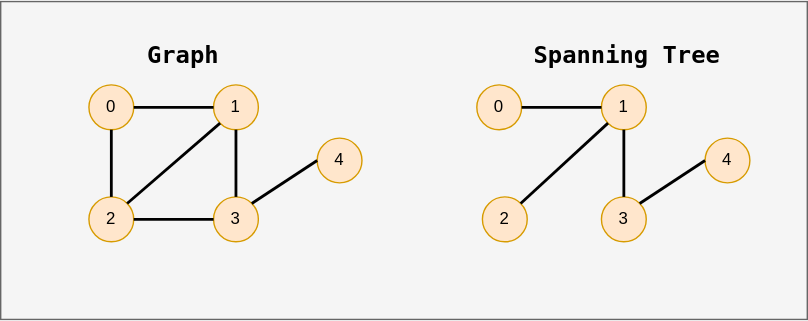
This is public/diagrams/graph-example-spanning-tree.svg from datkumar/code-journal, a draw.io export, as it was before one commit. Source tidied: cells renumbered, new cells last; positions are measured from the earlier drawing's top-left corner, leaving out a move shared by most shapes. Source of this version:
```xml
<mxGraphModel>
  <root>
    <mxCell id="0" />
    <mxCell id="1" parent="0" />
    <mxCell id="2" style="rounded=0;whiteSpace=wrap;html=1;fillColor=#f5f5f5;fontColor=#333333;strokeColor=#666666;" parent="1" vertex="1">
      <mxGeometry y="-0.5" width="576" height="227" as="geometry" />
    </mxCell>
    <mxCell id="3" value="0" style="ellipse;whiteSpace=wrap;html=1;fillColor=#ffe6cc;strokeColor=#d79b00;fontColor=light-dark(#000000,#000000);" parent="1" vertex="1">
      <mxGeometry x="63" y="59" width="32" height="32" as="geometry" />
    </mxCell>
    <mxCell id="4" value="1" style="ellipse;whiteSpace=wrap;html=1;fillColor=#ffe6cc;strokeColor=#d79b00;fontColor=light-dark(#000000,#000000);" parent="1" vertex="1">
      <mxGeometry x="152" y="59" width="32" height="32" as="geometry" />
    </mxCell>
    <mxCell id="5" value="2" style="ellipse;whiteSpace=wrap;html=1;fillColor=#ffe6cc;strokeColor=#d79b00;fontColor=light-dark(#000000,#000000);" parent="1" vertex="1">
      <mxGeometry x="63" y="139" width="32" height="32" as="geometry" />
    </mxCell>
    <mxCell id="6" value="3" style="ellipse;whiteSpace=wrap;html=1;fillColor=#ffe6cc;strokeColor=#d79b00;fontColor=light-dark(#000000,#000000);" parent="1" vertex="1">
      <mxGeometry x="152" y="139" width="32" height="32" as="geometry" />
    </mxCell>
    <mxCell id="7" value="4" style="ellipse;whiteSpace=wrap;html=1;fillColor=#ffe6cc;strokeColor=#d79b00;fontColor=light-dark(#000000,#000000);" parent="1" vertex="1">
      <mxGeometry x="226" y="97" width="32" height="32" as="geometry" />
    </mxCell>
    <mxCell id="8" style="endArrow=none;html=1;rounded=0;strokeWidth=2;exitX=1;exitY=0.5;exitDx=0;exitDy=0;entryX=0;entryY=0.5;entryDx=0;entryDy=0;strokeColor=light-dark(#000000,#000000);" parent="1" edge="1" source="3" target="4">
      <mxGeometry relative="1" as="geometry" />
    </mxCell>
    <mxCell id="9" style="endArrow=none;html=1;rounded=0;strokeWidth=2;exitX=1;exitY=0.5;exitDx=0;exitDy=0;entryX=0;entryY=0.5;entryDx=0;entryDy=0;strokeColor=light-dark(#000000,#000000);" parent="1" edge="1" source="5" target="6">
      <mxGeometry relative="1" as="geometry" />
    </mxCell>
    <mxCell id="10" style="endArrow=none;html=1;rounded=0;strokeWidth=2;exitX=1;exitY=0;exitDx=0;exitDy=0;entryX=0;entryY=0.5;entryDx=0;entryDy=0;strokeColor=light-dark(#000000,#000000);" parent="1" edge="1" source="6" target="7">
      <mxGeometry relative="1" as="geometry" />
    </mxCell>
    <mxCell id="11" style="endArrow=none;html=1;rounded=0;strokeWidth=2;entryX=0.5;entryY=1;entryDx=0;entryDy=0;strokeColor=light-dark(#000000,#000000);" parent="1" edge="1" source="6" target="4">
      <mxGeometry relative="1" as="geometry" />
    </mxCell>
    <mxCell id="12" value="Spanning Tree" style="text;html=1;align=center;verticalAlign=middle;strokeColor=none;fillColor=none;fontFamily=monospace;fontSize=17;fontColor=light-dark(#000000,#000000);fontStyle=1;" parent="1" vertex="1">
      <mxGeometry x="372" y="22" width="151" height="32" as="geometry" />
    </mxCell>
    <mxCell id="13" style="endArrow=none;html=1;rounded=0;strokeWidth=2;entryX=0.5;entryY=1;entryDx=0;entryDy=0;strokeColor=light-dark(#000000,#000000);exitX=0.5;exitY=0;exitDx=0;exitDy=0;" parent="1" edge="1" source="5" target="3">
      <mxGeometry relative="1" as="geometry" />
    </mxCell>
    <mxCell id="14" style="endArrow=none;html=1;rounded=0;strokeWidth=2;exitX=1;exitY=0;exitDx=0;exitDy=0;entryX=0;entryY=1;entryDx=0;entryDy=0;strokeColor=light-dark(#000000,#000000);" parent="1" edge="1" source="5" target="4">
      <mxGeometry relative="1" as="geometry" />
    </mxCell>
    <mxCell id="15" value="0" style="ellipse;whiteSpace=wrap;html=1;fillColor=#ffe6cc;strokeColor=#d79b00;fontColor=light-dark(#000000,#000000);" parent="1" vertex="1">
      <mxGeometry x="340" y="59" width="32" height="32" as="geometry" />
    </mxCell>
    <mxCell id="16" value="1" style="ellipse;whiteSpace=wrap;html=1;fillColor=#ffe6cc;strokeColor=#d79b00;fontColor=light-dark(#000000,#000000);" parent="1" vertex="1">
      <mxGeometry x="429" y="59" width="32" height="32" as="geometry" />
    </mxCell>
    <mxCell id="17" value="2" style="ellipse;whiteSpace=wrap;html=1;fillColor=#ffe6cc;strokeColor=#d79b00;fontColor=light-dark(#000000,#000000);" parent="1" vertex="1">
      <mxGeometry x="344" y="139" width="32" height="32" as="geometry" />
    </mxCell>
    <mxCell id="18" value="3" style="ellipse;whiteSpace=wrap;html=1;fillColor=#ffe6cc;strokeColor=#d79b00;fontColor=light-dark(#000000,#000000);" parent="1" vertex="1">
      <mxGeometry x="429" y="139" width="32" height="32" as="geometry" />
    </mxCell>
    <mxCell id="19" value="4" style="ellipse;whiteSpace=wrap;html=1;fillColor=#ffe6cc;strokeColor=#d79b00;fontColor=light-dark(#000000,#000000);" parent="1" vertex="1">
      <mxGeometry x="503" y="97" width="32" height="32" as="geometry" />
    </mxCell>
    <mxCell id="20" style="endArrow=none;html=1;rounded=0;strokeWidth=2;exitX=1;exitY=0.5;exitDx=0;exitDy=0;entryX=0;entryY=0.5;entryDx=0;entryDy=0;strokeColor=light-dark(#000000,#000000);" parent="1" edge="1" source="15" target="16">
      <mxGeometry relative="1" as="geometry" />
    </mxCell>
    <mxCell id="21" style="endArrow=none;html=1;rounded=0;strokeWidth=2;exitX=1;exitY=0;exitDx=0;exitDy=0;entryX=0;entryY=0.5;entryDx=0;entryDy=0;strokeColor=light-dark(#000000,#000000);" parent="1" edge="1" source="18" target="19">
      <mxGeometry relative="1" as="geometry" />
    </mxCell>
    <mxCell id="22" style="endArrow=none;html=1;rounded=0;strokeWidth=2;entryX=0.5;entryY=1;entryDx=0;entryDy=0;strokeColor=light-dark(#000000,#000000);" parent="1" edge="1" source="18" target="16">
      <mxGeometry relative="1" as="geometry" />
    </mxCell>
    <mxCell id="23" style="endArrow=none;html=1;rounded=0;strokeWidth=2;exitX=1;exitY=0;exitDx=0;exitDy=0;entryX=0;entryY=1;entryDx=0;entryDy=0;strokeColor=light-dark(#000000,#000000);" parent="1" edge="1" source="17" target="16">
      <mxGeometry relative="1" as="geometry" />
    </mxCell>
    <mxCell id="24" value="Graph" style="text;html=1;align=center;verticalAlign=middle;strokeColor=none;fillColor=none;fontFamily=monospace;fontSize=17;fontColor=light-dark(#000000,#000000);fontStyle=1;" parent="1" vertex="1">
      <mxGeometry x="95" y="22" width="69" height="32" as="geometry" />
    </mxCell>
  </root>
</mxGraphModel>
```
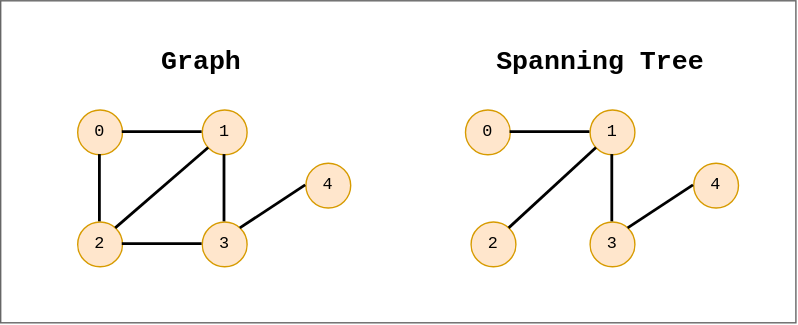
Above is the later version.

The edit, as a diff of the source:
```diff
@@ -2,74 +2,74 @@
   <root>
     <mxCell id="0" />
     <mxCell id="1" parent="0" />
-    <mxCell id="2" style="rounded=0;whiteSpace=wrap;html=1;fillColor=#f5f5f5;fontColor=#333333;strokeColor=#666666;" parent="1" vertex="1">
-      <mxGeometry y="-0.5" width="576" height="227" as="geometry" />
+    <mxCell id="2" style="rounded=0;whiteSpace=wrap;html=1;fillColor=light-dark(#FFFFFF,#FFFFFF);fontColor=#333333;strokeColor=#666666;fontFamily=monospace;" parent="1" vertex="1">
+      <mxGeometry x="8" y="-19" width="568" height="230" as="geometry" />
     </mxCell>
-    <mxCell id="3" value="0" style="ellipse;whiteSpace=wrap;html=1;fillColor=#ffe6cc;strokeColor=#d79b00;fontColor=light-dark(#000000,#000000);" parent="1" vertex="1">
+    <mxCell id="3" value="0" style="ellipse;whiteSpace=wrap;html=1;fillColor=#ffe6cc;strokeColor=#d79b00;fontColor=light-dark(#000000,#000000);fontFamily=monospace;" parent="1" vertex="1">
       <mxGeometry x="63" y="59" width="32" height="32" as="geometry" />
     </mxCell>
-    <mxCell id="4" value="1" style="ellipse;whiteSpace=wrap;html=1;fillColor=#ffe6cc;strokeColor=#d79b00;fontColor=light-dark(#000000,#000000);" parent="1" vertex="1">
+    <mxCell id="4" value="1" style="ellipse;whiteSpace=wrap;html=1;fillColor=#ffe6cc;strokeColor=#d79b00;fontColor=light-dark(#000000,#000000);fontFamily=monospace;" parent="1" vertex="1">
       <mxGeometry x="152" y="59" width="32" height="32" as="geometry" />
     </mxCell>
-    <mxCell id="5" value="2" style="ellipse;whiteSpace=wrap;html=1;fillColor=#ffe6cc;strokeColor=#d79b00;fontColor=light-dark(#000000,#000000);" parent="1" vertex="1">
+    <mxCell id="5" value="2" style="ellipse;whiteSpace=wrap;html=1;fillColor=#ffe6cc;strokeColor=#d79b00;fontColor=light-dark(#000000,#000000);fontFamily=monospace;" parent="1" vertex="1">
       <mxGeometry x="63" y="139" width="32" height="32" as="geometry" />
     </mxCell>
-    <mxCell id="6" value="3" style="ellipse;whiteSpace=wrap;html=1;fillColor=#ffe6cc;strokeColor=#d79b00;fontColor=light-dark(#000000,#000000);" parent="1" vertex="1">
+    <mxCell id="6" value="3" style="ellipse;whiteSpace=wrap;html=1;fillColor=#ffe6cc;strokeColor=#d79b00;fontColor=light-dark(#000000,#000000);fontFamily=monospace;" parent="1" vertex="1">
       <mxGeometry x="152" y="139" width="32" height="32" as="geometry" />
     </mxCell>
-    <mxCell id="7" value="4" style="ellipse;whiteSpace=wrap;html=1;fillColor=#ffe6cc;strokeColor=#d79b00;fontColor=light-dark(#000000,#000000);" parent="1" vertex="1">
+    <mxCell id="7" value="4" style="ellipse;whiteSpace=wrap;html=1;fillColor=#ffe6cc;strokeColor=#d79b00;fontColor=light-dark(#000000,#000000);fontFamily=monospace;" parent="1" vertex="1">
       <mxGeometry x="226" y="97" width="32" height="32" as="geometry" />
     </mxCell>
-    <mxCell id="8" style="endArrow=none;html=1;rounded=0;strokeWidth=2;exitX=1;exitY=0.5;exitDx=0;exitDy=0;entryX=0;entryY=0.5;entryDx=0;entryDy=0;strokeColor=light-dark(#000000,#000000);" parent="1" edge="1" source="3" target="4">
+    <mxCell id="8" style="endArrow=none;html=1;rounded=0;strokeWidth=2;exitX=1;exitY=0.5;exitDx=0;exitDy=0;entryX=0;entryY=0.5;entryDx=0;entryDy=0;strokeColor=light-dark(#000000,#000000);fontFamily=monospace;" parent="1" edge="1" source="3" target="4">
       <mxGeometry relative="1" as="geometry" />
     </mxCell>
-    <mxCell id="9" style="endArrow=none;html=1;rounded=0;strokeWidth=2;exitX=1;exitY=0.5;exitDx=0;exitDy=0;entryX=0;entryY=0.5;entryDx=0;entryDy=0;strokeColor=light-dark(#000000,#000000);" parent="1" edge="1" source="5" target="6">
+    <mxCell id="9" style="endArrow=none;html=1;rounded=0;strokeWidth=2;exitX=1;exitY=0.5;exitDx=0;exitDy=0;entryX=0;entryY=0.5;entryDx=0;entryDy=0;strokeColor=light-dark(#000000,#000000);fontFamily=monospace;" parent="1" edge="1" source="5" target="6">
       <mxGeometry relative="1" as="geometry" />
     </mxCell>
-    <mxCell id="10" style="endArrow=none;html=1;rounded=0;strokeWidth=2;exitX=1;exitY=0;exitDx=0;exitDy=0;entryX=0;entryY=0.5;entryDx=0;entryDy=0;strokeColor=light-dark(#000000,#000000);" parent="1" edge="1" source="6" target="7">
+    <mxCell id="10" style="endArrow=none;html=1;rounded=0;strokeWidth=2;exitX=1;exitY=0;exitDx=0;exitDy=0;entryX=0;entryY=0.5;entryDx=0;entryDy=0;strokeColor=light-dark(#000000,#000000);fontFamily=monospace;" parent="1" edge="1" source="6" target="7">
       <mxGeometry relative="1" as="geometry" />
     </mxCell>
-    <mxCell id="11" style="endArrow=none;html=1;rounded=0;strokeWidth=2;entryX=0.5;entryY=1;entryDx=0;entryDy=0;strokeColor=light-dark(#000000,#000000);" parent="1" edge="1" source="6" target="4">
+    <mxCell id="11" style="endArrow=none;html=1;rounded=0;strokeWidth=2;entryX=0.5;entryY=1;entryDx=0;entryDy=0;strokeColor=light-dark(#000000,#000000);fontFamily=monospace;" parent="1" edge="1" source="6" target="4">
       <mxGeometry relative="1" as="geometry" />
     </mxCell>
-    <mxCell id="12" value="Spanning Tree" style="text;html=1;align=center;verticalAlign=middle;strokeColor=none;fillColor=none;fontFamily=monospace;fontSize=17;fontColor=light-dark(#000000,#000000);fontStyle=1;" parent="1" vertex="1">
-      <mxGeometry x="372" y="22" width="151" height="32" as="geometry" />
+    <mxCell id="12" value="Spanning Tree" style="text;html=1;align=center;verticalAlign=middle;strokeColor=none;fillColor=none;fontFamily=monospace;fontSize=19;fontColor=light-dark(#000000,#000000);fontStyle=1;" parent="1" vertex="1">
+      <mxGeometry x="352" y="7" width="167" height="35" as="geometry" />
     </mxCell>
-    <mxCell id="13" style="endArrow=none;html=1;rounded=0;strokeWidth=2;entryX=0.5;entryY=1;entryDx=0;entryDy=0;strokeColor=light-dark(#000000,#000000);exitX=0.5;exitY=0;exitDx=0;exitDy=0;" parent="1" edge="1" source="5" target="3">
+    <mxCell id="13" style="endArrow=none;html=1;rounded=0;strokeWidth=2;entryX=0.5;entryY=1;entryDx=0;entryDy=0;strokeColor=light-dark(#000000,#000000);exitX=0.5;exitY=0;exitDx=0;exitDy=0;fontFamily=monospace;" parent="1" edge="1" source="5" target="3">
       <mxGeometry relative="1" as="geometry" />
     </mxCell>
-    <mxCell id="14" style="endArrow=none;html=1;rounded=0;strokeWidth=2;exitX=1;exitY=0;exitDx=0;exitDy=0;entryX=0;entryY=1;entryDx=0;entryDy=0;strokeColor=light-dark(#000000,#000000);" parent="1" edge="1" source="5" target="4">
+    <mxCell id="14" style="endArrow=none;html=1;rounded=0;strokeWidth=2;exitX=1;exitY=0;exitDx=0;exitDy=0;entryX=0;entryY=1;entryDx=0;entryDy=0;strokeColor=light-dark(#000000,#000000);fontFamily=monospace;" parent="1" edge="1" source="5" target="4">
       <mxGeometry relative="1" as="geometry" />
     </mxCell>
-    <mxCell id="15" value="0" style="ellipse;whiteSpace=wrap;html=1;fillColor=#ffe6cc;strokeColor=#d79b00;fontColor=light-dark(#000000,#000000);" parent="1" vertex="1">
+    <mxCell id="15" value="0" style="ellipse;whiteSpace=wrap;html=1;fillColor=#ffe6cc;strokeColor=#d79b00;fontColor=light-dark(#000000,#000000);fontFamily=monospace;" parent="1" vertex="1">
       <mxGeometry x="340" y="59" width="32" height="32" as="geometry" />
     </mxCell>
-    <mxCell id="16" value="1" style="ellipse;whiteSpace=wrap;html=1;fillColor=#ffe6cc;strokeColor=#d79b00;fontColor=light-dark(#000000,#000000);" parent="1" vertex="1">
+    <mxCell id="16" value="1" style="ellipse;whiteSpace=wrap;html=1;fillColor=#ffe6cc;strokeColor=#d79b00;fontColor=light-dark(#000000,#000000);fontFamily=monospace;" parent="1" vertex="1">
       <mxGeometry x="429" y="59" width="32" height="32" as="geometry" />
     </mxCell>
-    <mxCell id="17" value="2" style="ellipse;whiteSpace=wrap;html=1;fillColor=#ffe6cc;strokeColor=#d79b00;fontColor=light-dark(#000000,#000000);" parent="1" vertex="1">
+    <mxCell id="17" value="2" style="ellipse;whiteSpace=wrap;html=1;fillColor=#ffe6cc;strokeColor=#d79b00;fontColor=light-dark(#000000,#000000);fontFamily=monospace;" parent="1" vertex="1">
       <mxGeometry x="344" y="139" width="32" height="32" as="geometry" />
     </mxCell>
-    <mxCell id="18" value="3" style="ellipse;whiteSpace=wrap;html=1;fillColor=#ffe6cc;strokeColor=#d79b00;fontColor=light-dark(#000000,#000000);" parent="1" vertex="1">
+    <mxCell id="18" value="3" style="ellipse;whiteSpace=wrap;html=1;fillColor=#ffe6cc;strokeColor=#d79b00;fontColor=light-dark(#000000,#000000);fontFamily=monospace;" parent="1" vertex="1">
       <mxGeometry x="429" y="139" width="32" height="32" as="geometry" />
     </mxCell>
-    <mxCell id="19" value="4" style="ellipse;whiteSpace=wrap;html=1;fillColor=#ffe6cc;strokeColor=#d79b00;fontColor=light-dark(#000000,#000000);" parent="1" vertex="1">
+    <mxCell id="19" value="4" style="ellipse;whiteSpace=wrap;html=1;fillColor=#ffe6cc;strokeColor=#d79b00;fontColor=light-dark(#000000,#000000);fontFamily=monospace;" parent="1" vertex="1">
       <mxGeometry x="503" y="97" width="32" height="32" as="geometry" />
     </mxCell>
-    <mxCell id="20" style="endArrow=none;html=1;rounded=0;strokeWidth=2;exitX=1;exitY=0.5;exitDx=0;exitDy=0;entryX=0;entryY=0.5;entryDx=0;entryDy=0;strokeColor=light-dark(#000000,#000000);" parent="1" edge="1" source="15" target="16">
+    <mxCell id="20" style="endArrow=none;html=1;rounded=0;strokeWidth=2;exitX=1;exitY=0.5;exitDx=0;exitDy=0;entryX=0;entryY=0.5;entryDx=0;entryDy=0;strokeColor=light-dark(#000000,#000000);fontFamily=monospace;" parent="1" edge="1" source="15" target="16">
       <mxGeometry relative="1" as="geometry" />
     </mxCell>
-    <mxCell id="21" style="endArrow=none;html=1;rounded=0;strokeWidth=2;exitX=1;exitY=0;exitDx=0;exitDy=0;entryX=0;entryY=0.5;entryDx=0;entryDy=0;strokeColor=light-dark(#000000,#000000);" parent="1" edge="1" source="18" target="19">
+    <mxCell id="21" style="endArrow=none;html=1;rounded=0;strokeWidth=2;exitX=1;exitY=0;exitDx=0;exitDy=0;entryX=0;entryY=0.5;entryDx=0;entryDy=0;strokeColor=light-dark(#000000,#000000);fontFamily=monospace;" parent="1" edge="1" source="18" target="19">
       <mxGeometry relative="1" as="geometry" />
     </mxCell>
-    <mxCell id="22" style="endArrow=none;html=1;rounded=0;strokeWidth=2;entryX=0.5;entryY=1;entryDx=0;entryDy=0;strokeColor=light-dark(#000000,#000000);" parent="1" edge="1" source="18" target="16">
+    <mxCell id="22" style="endArrow=none;html=1;rounded=0;strokeWidth=2;entryX=0.5;entryY=1;entryDx=0;entryDy=0;strokeColor=light-dark(#000000,#000000);fontFamily=monospace;" parent="1" edge="1" source="18" target="16">
       <mxGeometry relative="1" as="geometry" />
     </mxCell>
-    <mxCell id="23" style="endArrow=none;html=1;rounded=0;strokeWidth=2;exitX=1;exitY=0;exitDx=0;exitDy=0;entryX=0;entryY=1;entryDx=0;entryDy=0;strokeColor=light-dark(#000000,#000000);" parent="1" edge="1" source="17" target="16">
+    <mxCell id="23" style="endArrow=none;html=1;rounded=0;strokeWidth=2;exitX=1;exitY=0;exitDx=0;exitDy=0;entryX=0;entryY=1;entryDx=0;entryDy=0;strokeColor=light-dark(#000000,#000000);fontFamily=monospace;" parent="1" edge="1" source="17" target="16">
       <mxGeometry relative="1" as="geometry" />
     </mxCell>
-    <mxCell id="24" value="Graph" style="text;html=1;align=center;verticalAlign=middle;strokeColor=none;fillColor=none;fontFamily=monospace;fontSize=17;fontColor=light-dark(#000000,#000000);fontStyle=1;" parent="1" vertex="1">
-      <mxGeometry x="95" y="22" width="69" height="32" as="geometry" />
+    <mxCell id="24" value="Graph" style="text;html=1;align=center;verticalAlign=middle;strokeColor=none;fillColor=none;fontFamily=monospace;fontSize=19;fontColor=light-dark(#000000,#000000);fontStyle=1;" parent="1" vertex="1">
+      <mxGeometry x="113" y="7" width="75" height="35" as="geometry" />
     </mxCell>
   </root>
 </mxGraphModel>
```
